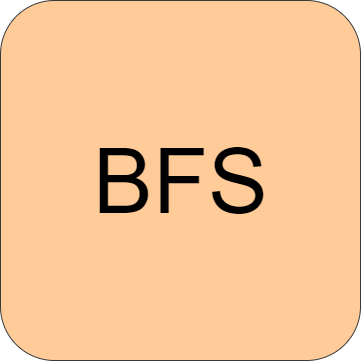
The draw.io diagram Rush Hour Main/assets/AlgorithmButtons/BFS(B).png in zintom69/Game-Rush-Hour, before a commit. Source tidied: cells renumbered, new cells last; positions are measured from the earlier drawing's top-left corner, leaving out a move shared by most shapes. Its diagram source:
```xml
<mxGraphModel>
  <root>
    <mxCell id="0" />
    <mxCell id="1" parent="0" />
    <mxCell id="2" value="&lt;span style=&quot;font-size: 90px;&quot;&gt;BFS&lt;/span&gt;" style="rounded=1;whiteSpace=wrap;html=1;fillColor=#ffcc99;strokeColor=#36393d;" parent="1" vertex="1">
      <mxGeometry width="360" height="360" as="geometry" />
    </mxCell>
  </root>
</mxGraphModel>
```
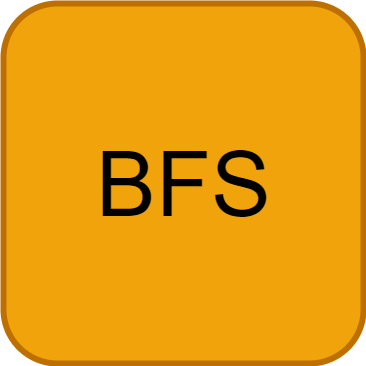
The same file after the commit.

What changed in the source:
```diff
@@ -2,7 +2,7 @@
   <root>
     <mxCell id="0" />
     <mxCell id="1" parent="0" />
-    <mxCell id="2" value="&lt;span style=&quot;font-size: 90px;&quot;&gt;BFS&lt;/span&gt;" style="rounded=1;whiteSpace=wrap;html=1;fillColor=#ffcc99;strokeColor=#36393d;" parent="1" vertex="1">
+    <mxCell id="2" value="&lt;font style=&quot;font-size: 90px;&quot;&gt;BFS&lt;/font&gt;" style="rounded=1;whiteSpace=wrap;html=1;fillColor=#f0a30a;strokeColor=#BD7000;strokeWidth=6;fontColor=#000000;" parent="1" vertex="1">
       <mxGeometry width="360" height="360" as="geometry" />
     </mxCell>
   </root>
```
